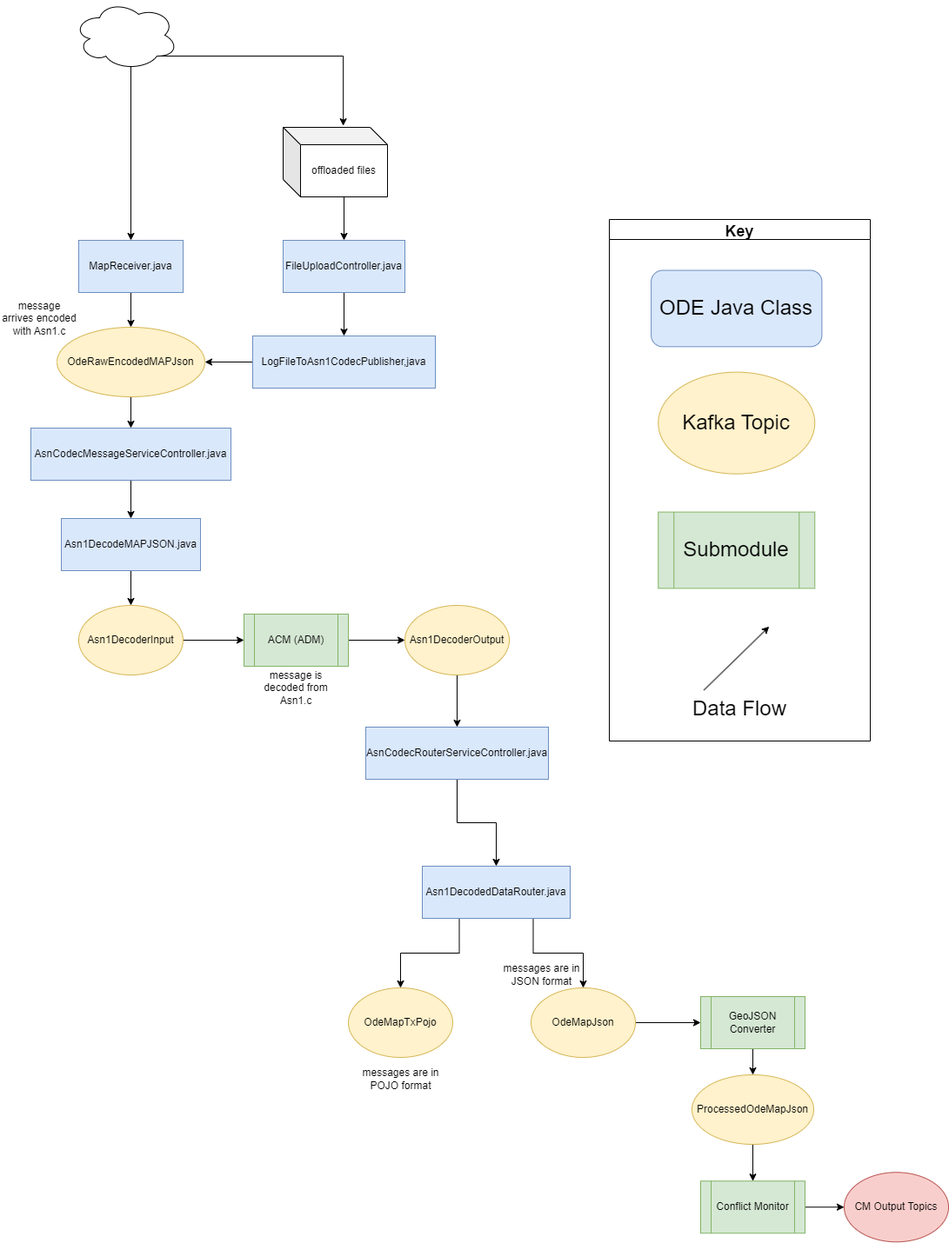
Earlier version of the draw.io export docs/data-flow-diagrams/map/MAP Data Flow.drawio.png (usdot-jpo-ode/jpo-ode). Source tidied: cells renumbered, new cells last; positions are measured from the earlier drawing's top-left corner, leaving out a move shared by most shapes.
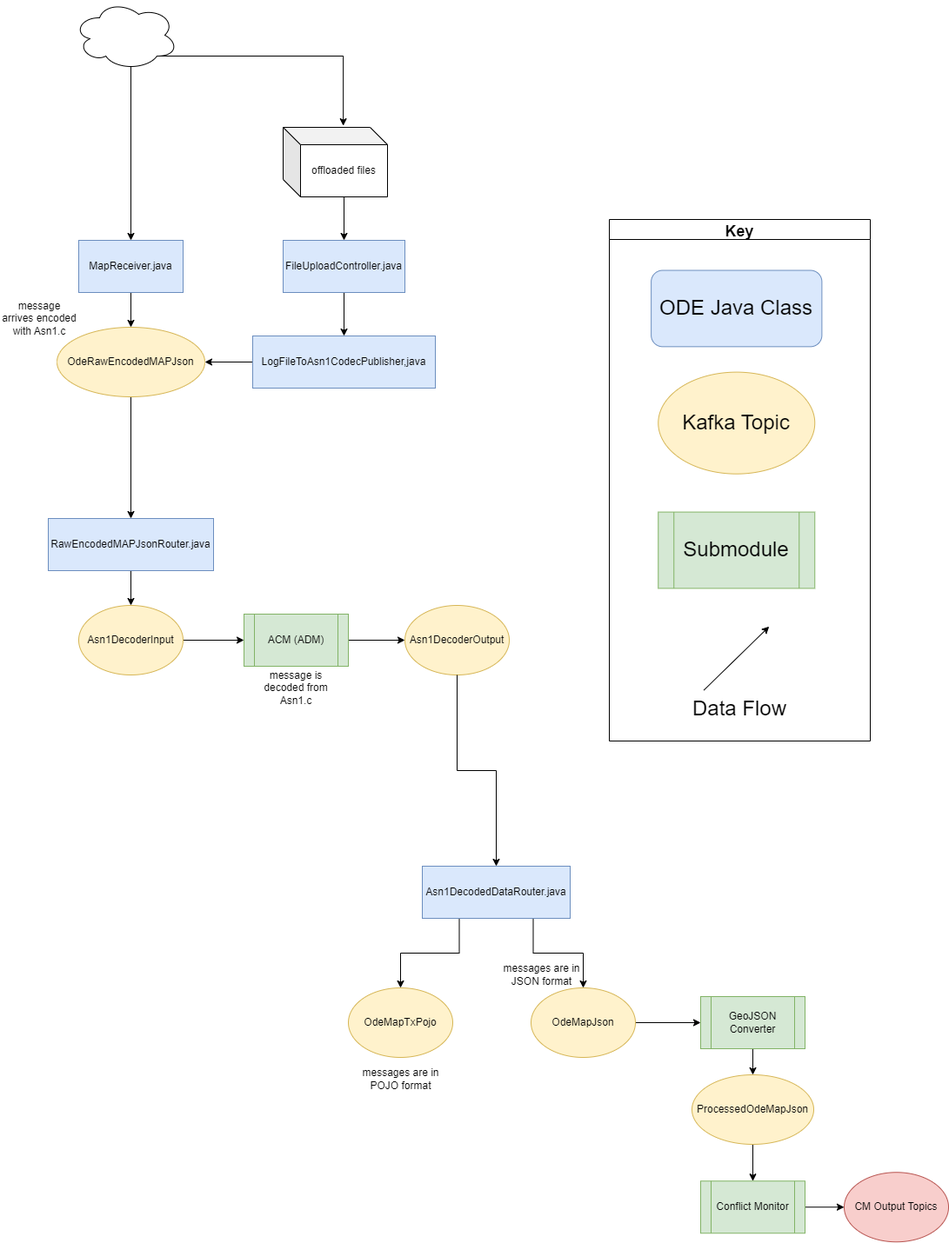
Later version of the same file.

Diff of the diagram source:
```diff
@@ -17,21 +17,15 @@
     <mxCell id="6" value="ACM (ADM)" style="shape=process;whiteSpace=wrap;html=1;backgroundOutline=1;fillColor=#d5e8d4;strokeColor=#82b366;" parent="1" vertex="1">
       <mxGeometry x="280" y="706" width="120" height="60" as="geometry" />
     </mxCell>
-    <mxCell id="7" style="edgeStyle=orthogonalEdgeStyle;rounded=0;jettySize=auto;html=1;" parent="1" edge="1" source="8" target="18">
+    <mxCell id="7" style="edgeStyle=orthogonalEdgeStyle;rounded=0;jettySize=auto;html=1;exitX=0.5;exitY=1;exitDx=0;exitDy=0;" parent="1" edge="1" source="16" target="18">
       <mxGeometry relative="1" as="geometry" />
     </mxCell>
-    <mxCell id="8" value="AsnCodecMessageServiceController.java" style="rounded=0;whiteSpace=wrap;html=1;fillColor=#dae8fc;strokeColor=#6c8ebf;" parent="1" vertex="1">
-      <mxGeometry x="35" y="492" width="230" height="60" as="geometry" />
-    </mxCell>
     <mxCell id="9" style="edgeStyle=orthogonalEdgeStyle;rounded=0;jettySize=auto;html=1;entryX=0;entryY=0.5;entryDx=0;entryDy=0;" parent="1" edge="1" source="10" target="6">
       <mxGeometry relative="1" as="geometry" />
     </mxCell>
     <mxCell id="10" value="Asn1DecoderInput" style="ellipse;whiteSpace=wrap;html=1;fillColor=#fff2cc;strokeColor=#d6b656;" parent="1" vertex="1">
       <mxGeometry x="90" y="696" width="120" height="80" as="geometry" />
     </mxCell>
-    <mxCell id="11" style="edgeStyle=orthogonalEdgeStyle;rounded=0;jettySize=auto;html=1;" parent="1" edge="1" source="12" target="20">
-      <mxGeometry relative="1" as="geometry" />
-    </mxCell>
     <mxCell id="12" value="Asn1DecoderOutput" style="ellipse;whiteSpace=wrap;html=1;fillColor=#fff2cc;strokeColor=#d6b656;" parent="1" vertex="1">
       <mxGeometry x="465" y="696" width="120" height="80" as="geometry" />
     </mxCell>
@@ -41,24 +35,18 @@
     <mxCell id="14" value="MapReceiver.java" style="rounded=0;whiteSpace=wrap;html=1;fillColor=#dae8fc;strokeColor=#6c8ebf;" parent="1" vertex="1">
       <mxGeometry x="90" y="276" width="120" height="60" as="geometry" />
     </mxCell>
-    <mxCell id="15" style="edgeStyle=orthogonalEdgeStyle;rounded=0;jettySize=auto;html=1;" parent="1" edge="1" source="16" target="8">
-      <mxGeometry relative="1" as="geometry" />
-    </mxCell>
     <mxCell id="16" value="OdeRawEncodedMAPJson" style="ellipse;whiteSpace=wrap;html=1;fillColor=#fff2cc;strokeColor=#d6b656;" parent="1" vertex="1">
       <mxGeometry x="65" y="376" width="170" height="80" as="geometry" />
     </mxCell>
     <mxCell id="17" style="edgeStyle=orthogonalEdgeStyle;rounded=0;jettySize=auto;html=1;entryX=0.5;entryY=0;entryDx=0;entryDy=0;" parent="1" edge="1" source="18" target="10">
       <mxGeometry relative="1" as="geometry" />
     </mxCell>
-    <mxCell id="18" value="Asn1DecodeMAPJSON.java" style="rounded=0;whiteSpace=wrap;html=1;fillColor=#dae8fc;strokeColor=#6c8ebf;" parent="1" vertex="1">
-      <mxGeometry x="70" y="596" width="160" height="60" as="geometry" />
+    <mxCell id="18" value="RawEncodedMAPJsonRouter.java" style="rounded=0;whiteSpace=wrap;html=1;fillColor=#dae8fc;strokeColor=#6c8ebf;" parent="1" vertex="1">
+      <mxGeometry x="55" y="596" width="190" height="60" as="geometry" />
     </mxCell>
-    <mxCell id="19" style="edgeStyle=orthogonalEdgeStyle;rounded=0;jettySize=auto;html=1;entryX=0.5;entryY=0;entryDx=0;entryDy=0;exitX=0.5;exitY=1;exitDx=0;exitDy=0;" parent="1" edge="1" source="20" target="4">
+    <mxCell id="19" style="edgeStyle=orthogonalEdgeStyle;rounded=0;jettySize=auto;html=1;entryX=0.5;entryY=0;entryDx=0;entryDy=0;exitX=0.5;exitY=1;exitDx=0;exitDy=0;" parent="1" edge="1" source="12" target="4">
       <mxGeometry relative="1" as="geometry" />
     </mxCell>
-    <mxCell id="20" value="AsnCodecRouterServiceController.java" style="rounded=0;whiteSpace=wrap;html=1;fillColor=#dae8fc;strokeColor=#6c8ebf;" parent="1" vertex="1">
-      <mxGeometry x="420" y="836" width="210" height="60" as="geometry" />
-    </mxCell>
     <mxCell id="21" style="edgeStyle=orthogonalEdgeStyle;rounded=0;jettySize=auto;html=1;exitX=0.8;exitY=0.8;exitDx=0;exitDy=0;exitPerimeter=0;entryX=0.576;entryY=-0.023;entryDx=0;entryDy=0;entryPerimeter=0;" parent="1" edge="1" source="23" target="47">
       <mxGeometry relative="1" as="geometry" />
     </mxCell>
```
